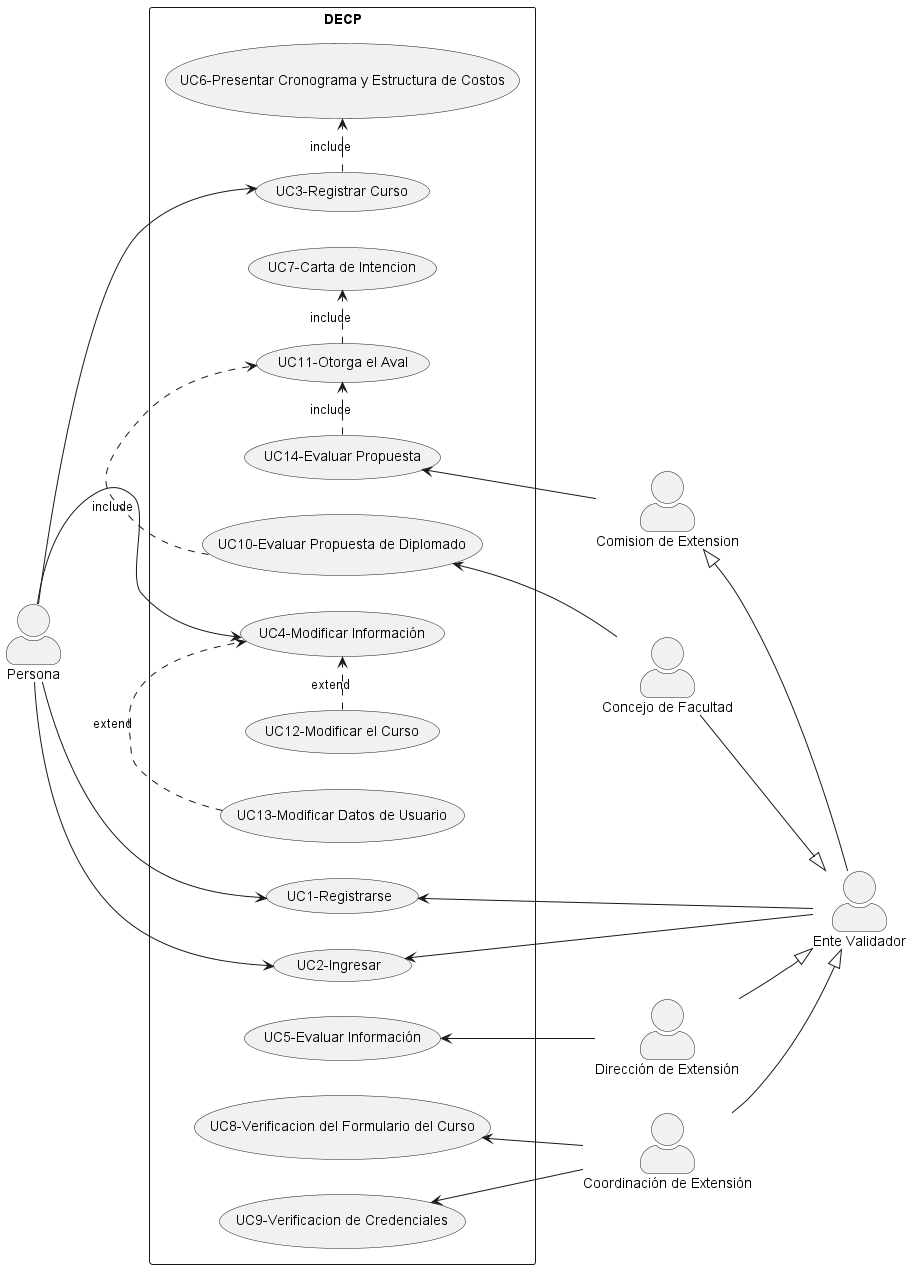
The PlantUML diagram usecase.png in dalekprime/Ingenieria_de_Software_Equipo8, before a commit.
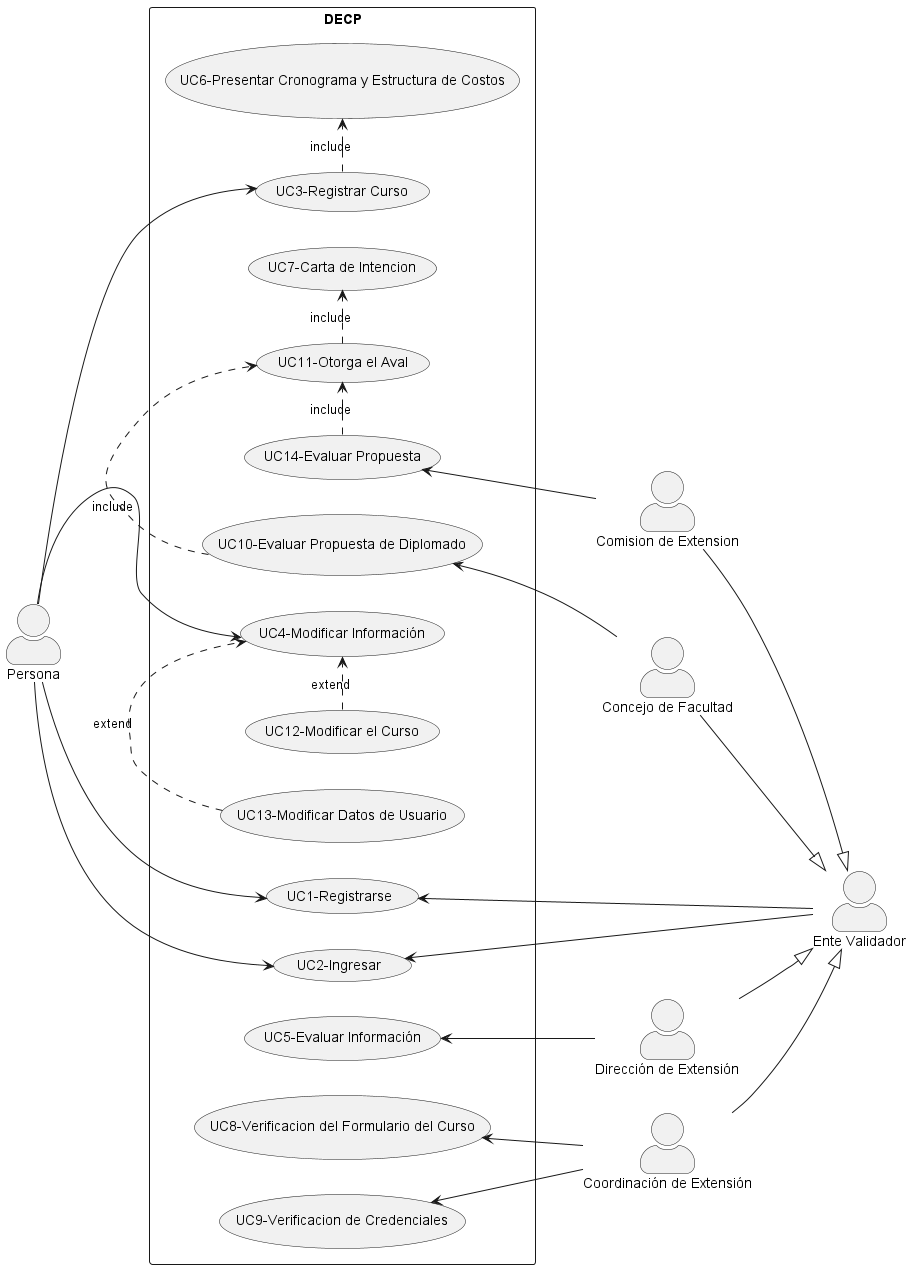
After the change.

Diff of the diagram source:
```diff
@@ -25,7 +25,7 @@
 (UC13-Modificar Datos de Usuario) as 13
 (UC14-Evaluar Propuesta) as 14
 }
-f <|-- e
+f --|> e
 1 <-- e
 b --|> e
 c --|> e
```
